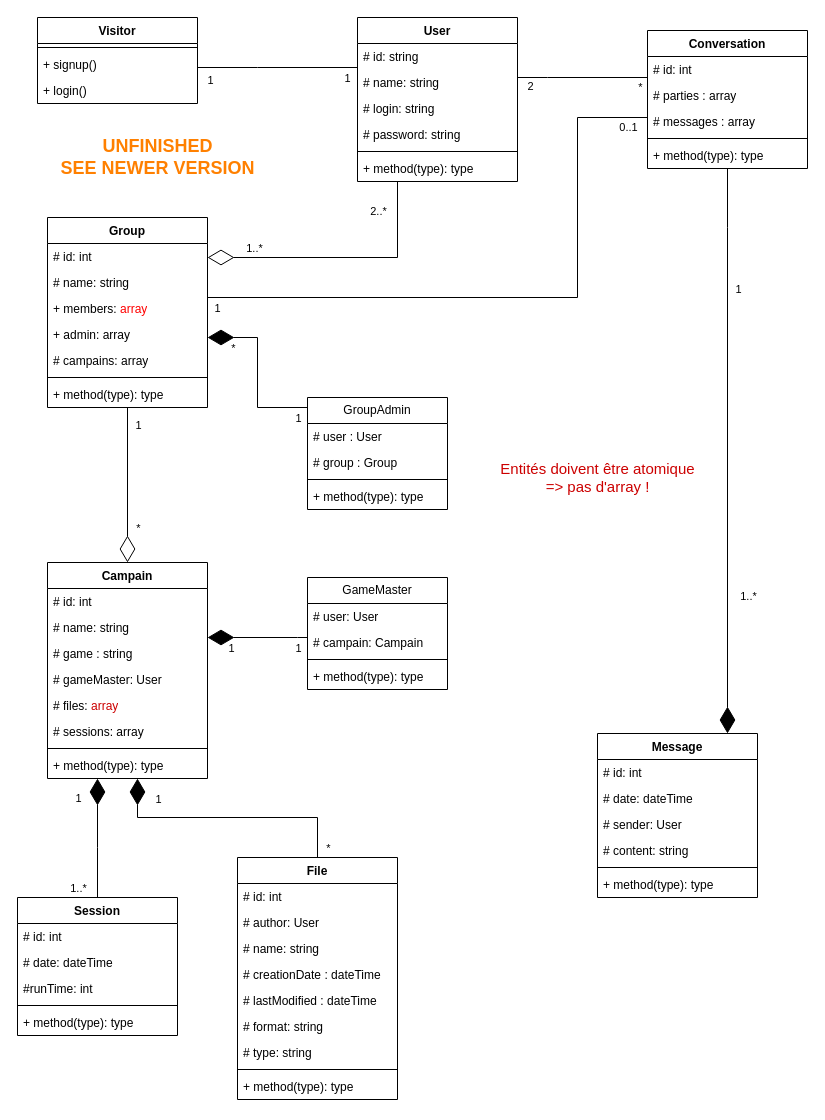
Earlier version of the draw.io diagram page "UML_old" (4 of 4) of Documentation/Diagrames.drawio (ThreeLeggedDuckling/I3WAD_SymfonyProject). Source tidied: cells renumbered, new cells numbered last; positions are measured from the earlier drawing's top-left corner, leaving out a move shared by most shapes. Both pictures are drawn from the tidied source at 100%, with x=0, y=0 at pixel (17, 17).
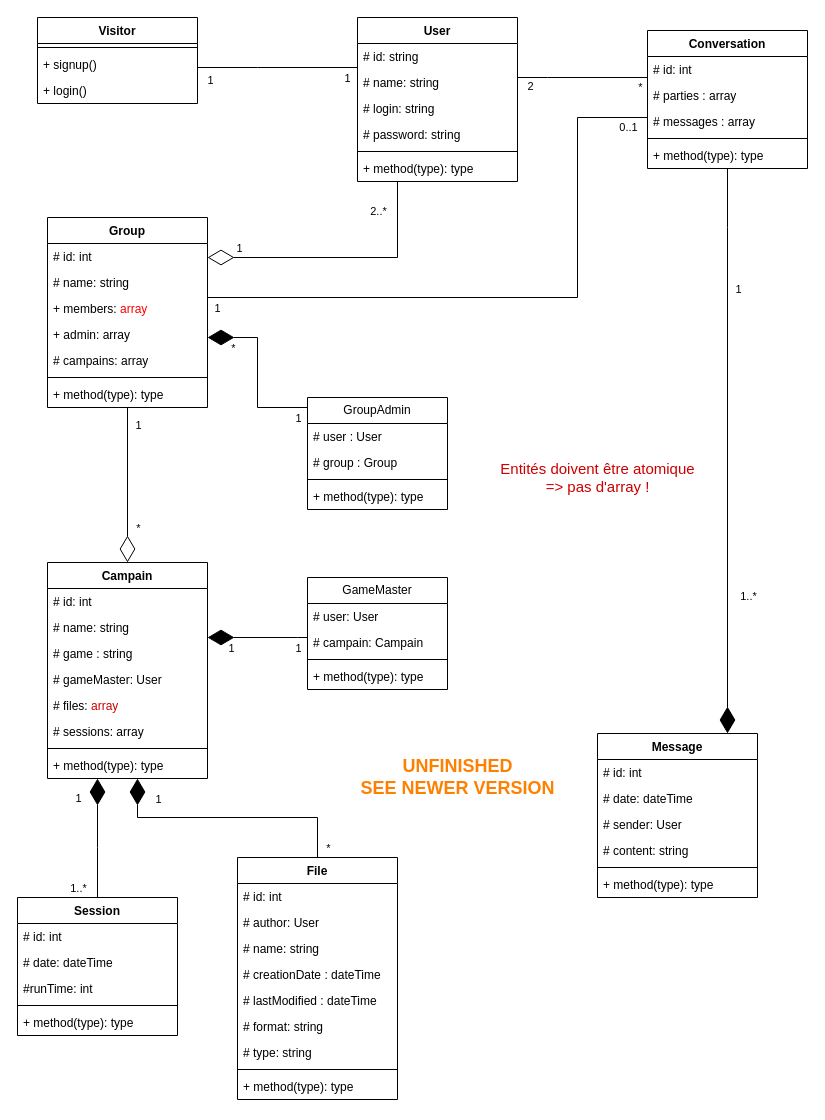
Above is the later version.

Unchanged cells that the change refers to:
```xml
<mxCell id="42" style="endArrow=diamondThin;endFill=0;endSize=24;html=1;rounded=0;edgeStyle=orthogonalEdgeStyle;" parent="1" edge="1" source="2" target="13">
  <mxGeometry relative="1" as="geometry">
    <Array as="points">
      <mxPoint x="380" y="240" />
    </Array>
  </mxGeometry>
</mxCell>
```

Change to the diagram source:
```diff
@@
-    <mxCell id="43" value="1..*" style="edgeLabel;html=1;align=center;verticalAlign=middle;" parent="42" vertex="1">
+    <mxCell id="43" value="1" style="edgeLabel;html=1;align=center;verticalAlign=middle;" parent="42" vertex="1">
       <mxGeometry x="-0.06" relative="1" as="geometry">
-        <mxPoint x="-95" y="-10" as="offset" />
+        <mxPoint x="-110" y="-10" as="offset" />
       </mxGeometry>
     </mxCell>
@@
     <mxCell id="45" value="&lt;font color=&quot;#ff8000&quot;&gt;&lt;span style=&quot;font-size: 18px;&quot;&gt;&lt;b&gt;UNFINISHED&lt;/b&gt;&lt;/span&gt;&lt;/font&gt;&lt;div&gt;&lt;font color=&quot;#ff8000&quot;&gt;&lt;span style=&quot;font-size: 18px;&quot;&gt;&lt;b&gt;SEE NEWER VERSION&lt;/b&gt;&lt;/span&gt;&lt;/font&gt;&lt;/div&gt;" style="text;html=1;align=center;verticalAlign=middle;strokeColor=none;fillColor=none;" parent="1" vertex="1">
-      <mxGeometry x="30" y="110" width="220" height="60" as="geometry" />
+      <mxGeometry x="330" y="730" width="220" height="60" as="geometry" />
     </mxCell>
```
